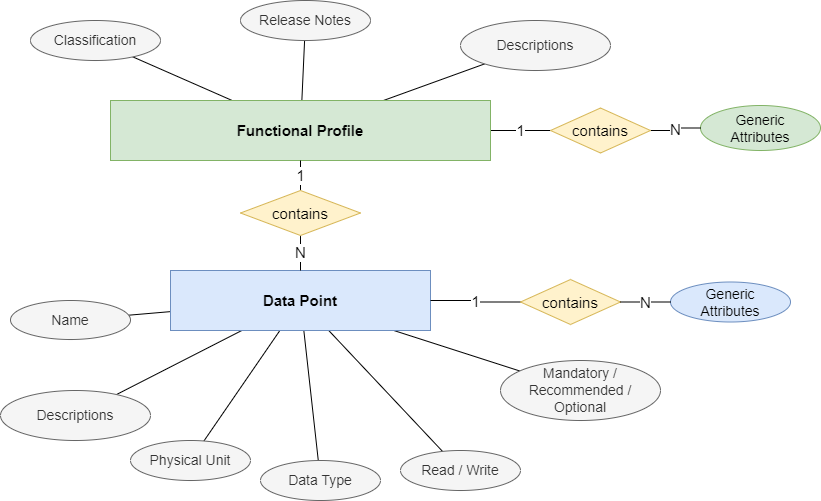
SmartgridReady/SGrSpecifications keeps this draw.io diagram as doc/functionalProfile.drawio.png. Above is the earlier version. Source tidied: cells renumbered, new cells last; positions are measured from the earlier drawing's top-left corner, leaving out a move shared by most shapes.
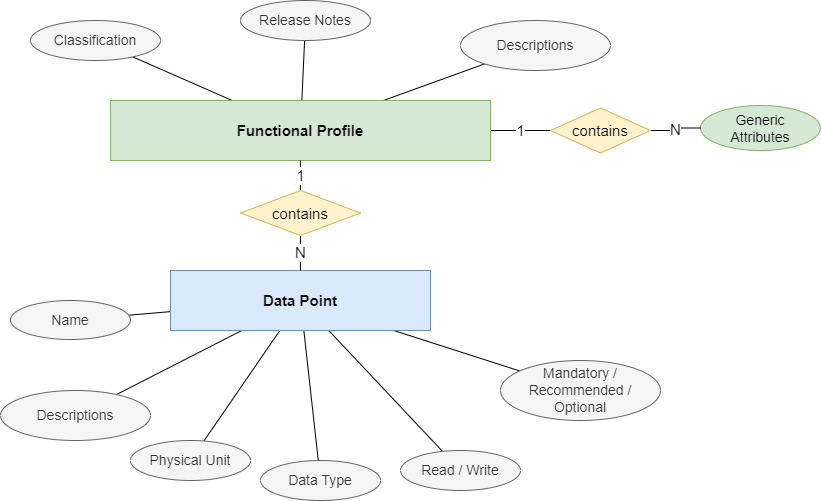
Later version of the same file.

What changed in the source:
```diff
@@ -71,9 +71,6 @@
     <mxCell id="24" value="Descriptions" style="ellipse;whiteSpace=wrap;html=1;fillColor=#f5f5f5;fontColor=#333333;strokeColor=#666666;fontSize=14;" parent="1" vertex="1">
       <mxGeometry y="390" width="150" height="50" as="geometry" />
     </mxCell>
-    <mxCell id="25" value="Generic&lt;br&gt;Attributes" style="ellipse;whiteSpace=wrap;html=1;fillColor=#dae8fc;strokeColor=#6c8ebf;fontSize=14;" parent="1" vertex="1">
-      <mxGeometry x="670" y="281.5" width="120" height="40" as="geometry" />
-    </mxCell>
     <mxCell id="26" value="N" style="edgeStyle=orthogonalEdgeStyle;rounded=0;jettySize=auto;html=1;strokeColor=default;fontSize=15;endArrow=none;endFill=0;exitX=1;exitY=0.5;exitDx=0;exitDy=0;" parent="1" edge="1" source="27" target="9">
       <mxGeometry relative="1" as="geometry" />
     </mxCell>
@@ -89,14 +86,5 @@
     <mxCell id="30" value="contains" style="shape=rhombus;perimeter=rhombusPerimeter;whiteSpace=wrap;html=1;align=center;fontSize=15;fillColor=#fff2cc;strokeColor=#d6b656;" parent="1" vertex="1">
       <mxGeometry x="240" y="190" width="120" height="45" as="geometry" />
     </mxCell>
-    <mxCell id="31" value="1" style="edgeStyle=orthogonalEdgeStyle;rounded=0;jettySize=auto;html=1;strokeColor=default;fontSize=15;endArrow=none;endFill=0;entryX=0;entryY=0.5;entryDx=0;entryDy=0;exitX=1;exitY=0.5;exitDx=0;exitDy=0;" parent="1" edge="1" source="16" target="32">
-      <mxGeometry relative="1" as="geometry" />
-    </mxCell>
-    <mxCell id="32" value="contains" style="shape=rhombus;perimeter=rhombusPerimeter;whiteSpace=wrap;html=1;align=center;fontSize=15;fillColor=#fff2cc;strokeColor=#d6b656;" parent="1" vertex="1">
-      <mxGeometry x="520" y="279" width="100" height="45" as="geometry" />
-    </mxCell>
-    <mxCell id="33" value="N" style="edgeStyle=orthogonalEdgeStyle;rounded=0;jettySize=auto;html=1;strokeColor=default;fontSize=15;endArrow=none;endFill=0;exitX=1;exitY=0.5;exitDx=0;exitDy=0;entryX=0;entryY=0.5;entryDx=0;entryDy=0;" parent="1" edge="1" source="32" target="25">
-      <mxGeometry relative="1" as="geometry" />
-    </mxCell>
   </root>
 </mxGraphModel>
```
